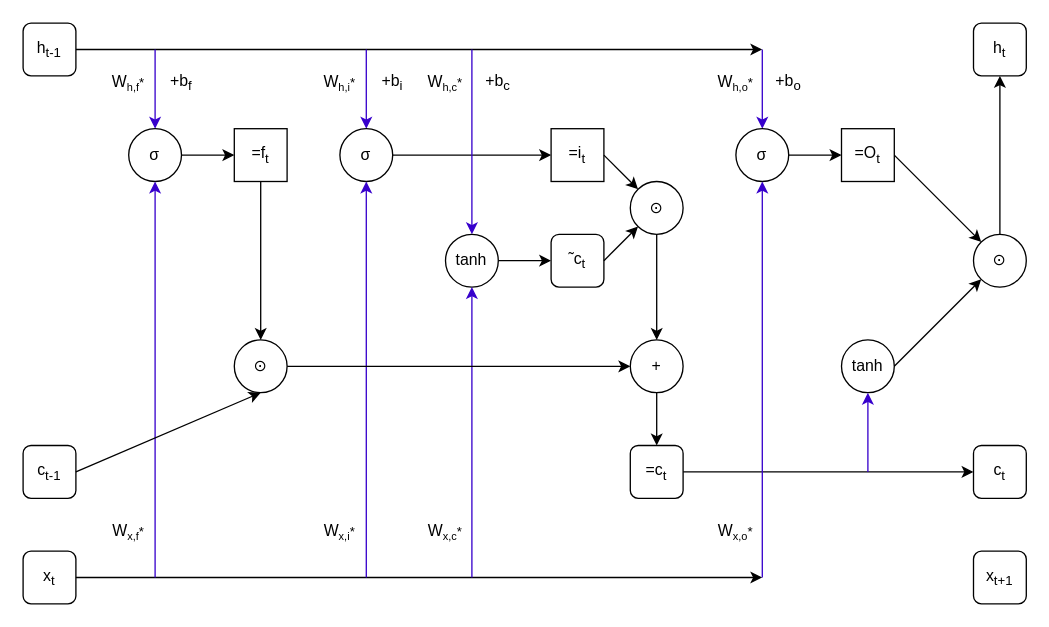
Above: lstm.drawio in Eric7xu/md-images (draw.io), before the change. Source tidied: cells renumbered, new cells numbered last; positions are measured from the earlier drawing's top-left corner, leaving out a move shared by most shapes. Both pictures are drawn from the tidied source at 132%, with x=0, y=0 at pixel (22, 22).
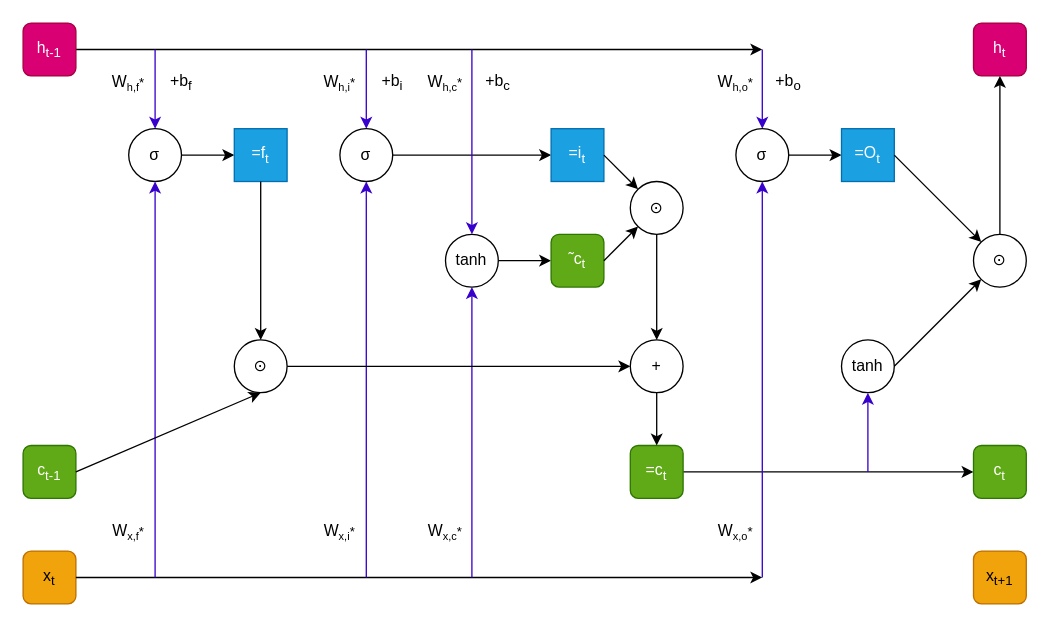
The same page after the edit.

Change to the diagram source:
```diff
@@
-    <mxCell id="2" value="x&lt;sub&gt;t+1&lt;/sub&gt;" style="rounded=1;whiteSpace=wrap;html=1;align=center;" parent="1" vertex="1">
+    <mxCell id="2" value="x&lt;sub&gt;t+1&lt;/sub&gt;" style="rounded=1;whiteSpace=wrap;html=1;align=center;fillColor=#f0a30a;fontColor=#000000;strokeColor=#BD7000;" parent="1" vertex="1">
       <mxGeometry x="720" y="400" width="40" height="40" as="geometry" />
     </mxCell>
-    <mxCell id="3" value="x&lt;sub&gt;t&lt;/sub&gt;" style="rounded=1;whiteSpace=wrap;html=1;align=center;" parent="1" vertex="1">
+    <mxCell id="3" value="x&lt;sub&gt;t&lt;/sub&gt;" style="rounded=1;whiteSpace=wrap;html=1;align=center;fillColor=#f0a30a;fontColor=#000000;strokeColor=#BD7000;" parent="1" vertex="1">
       <mxGeometry y="400" width="40" height="40" as="geometry" />
     </mxCell>
-    <mxCell id="4" value="c&lt;sub&gt;t-1&lt;/sub&gt;" style="rounded=1;whiteSpace=wrap;html=1;align=center;" parent="1" vertex="1">
+    <mxCell id="4" value="c&lt;sub&gt;t-1&lt;/sub&gt;" style="rounded=1;whiteSpace=wrap;html=1;align=center;fillColor=#60a917;fontColor=#ffffff;strokeColor=#2D7600;" parent="1" vertex="1">
       <mxGeometry y="320" width="40" height="40" as="geometry" />
     </mxCell>
@@
-    <mxCell id="6" value="h&lt;sub&gt;t-1&lt;/sub&gt;" style="rounded=1;whiteSpace=wrap;html=1;align=center;" parent="1" vertex="1">
+    <mxCell id="6" value="h&lt;sub&gt;t-1&lt;/sub&gt;" style="rounded=1;whiteSpace=wrap;html=1;align=center;fillColor=#d80073;fontColor=#ffffff;strokeColor=#A50040;" parent="1" vertex="1">
       <mxGeometry width="40" height="40" as="geometry" />
     </mxCell>
-    <mxCell id="7" value="h&lt;sub&gt;t&lt;/sub&gt;" style="rounded=1;whiteSpace=wrap;html=1;align=center;" parent="1" vertex="1">
+    <mxCell id="7" value="h&lt;sub&gt;t&lt;/sub&gt;" style="rounded=1;whiteSpace=wrap;html=1;align=center;fillColor=#d80073;fontColor=#ffffff;strokeColor=#A50040;" parent="1" vertex="1">
       <mxGeometry x="720" width="40" height="40" as="geometry" />
     </mxCell>
@@
-    <mxCell id="14" value="=f&lt;sub&gt;t&lt;/sub&gt;" style="whiteSpace=wrap;html=1;" parent="1" vertex="1">
+    <mxCell id="14" value="=f&lt;sub&gt;t&lt;/sub&gt;" style="whiteSpace=wrap;html=1;fillColor=#1ba1e2;fontColor=#ffffff;strokeColor=#006EAF;" parent="1" vertex="1">
       <mxGeometry x="160" y="80" width="40" height="40" as="geometry" />
     </mxCell>
@@
-    <mxCell id="19" value="=i&lt;sub&gt;t&lt;/sub&gt;" style="whiteSpace=wrap;html=1;" parent="1" vertex="1">
+    <mxCell id="19" value="=i&lt;sub&gt;t&lt;/sub&gt;" style="whiteSpace=wrap;html=1;fillColor=#1ba1e2;fontColor=#ffffff;strokeColor=#006EAF;" parent="1" vertex="1">
       <mxGeometry x="400" y="80" width="40" height="40" as="geometry" />
     </mxCell>
@@
-    <mxCell id="33" value="˜c&lt;sub&gt;t&lt;/sub&gt;" style="rounded=1;whiteSpace=wrap;html=1;align=center;" parent="1" vertex="1">
+    <mxCell id="33" value="˜c&lt;sub&gt;t&lt;/sub&gt;" style="rounded=1;whiteSpace=wrap;html=1;align=center;fillColor=#60a917;fontColor=#ffffff;strokeColor=#2D7600;" parent="1" vertex="1">
       <mxGeometry x="400" y="160" width="40" height="40" as="geometry" />
     </mxCell>
@@
-    <mxCell id="38" value="=c&lt;sub&gt;t&lt;/sub&gt;" style="rounded=1;whiteSpace=wrap;html=1;align=center;" parent="1" vertex="1">
+    <mxCell id="38" value="=c&lt;sub&gt;t&lt;/sub&gt;" style="rounded=1;whiteSpace=wrap;html=1;align=center;fillColor=#60a917;fontColor=#ffffff;strokeColor=#2D7600;" parent="1" vertex="1">
       <mxGeometry x="460" y="320" width="40" height="40" as="geometry" />
     </mxCell>
@@
-    <mxCell id="51" value="=O&lt;sub&gt;t&lt;/sub&gt;" style="whiteSpace=wrap;html=1;" parent="1" vertex="1">
+    <mxCell id="51" value="=O&lt;sub&gt;t&lt;/sub&gt;" style="whiteSpace=wrap;html=1;fillColor=#1ba1e2;fontColor=#ffffff;strokeColor=#006EAF;" parent="1" vertex="1">
       <mxGeometry x="620" y="80" width="40" height="40" as="geometry" />
     </mxCell>
-    <mxCell id="52" value="c&lt;sub&gt;t&lt;/sub&gt;" style="rounded=1;whiteSpace=wrap;html=1;align=center;" parent="1" vertex="1">
+    <mxCell id="52" value="c&lt;sub&gt;t&lt;/sub&gt;" style="rounded=1;whiteSpace=wrap;html=1;align=center;fillColor=#60a917;fontColor=#ffffff;strokeColor=#2D7600;" parent="1" vertex="1">
       <mxGeometry x="720" y="320" width="40" height="40" as="geometry" />
     </mxCell>
```
